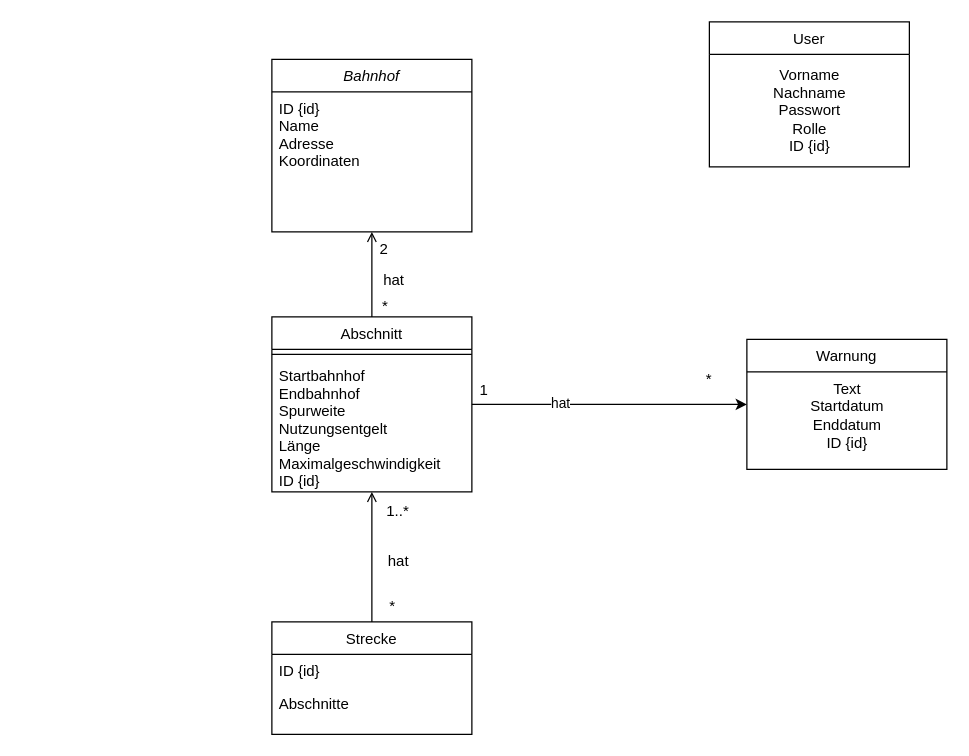
Before: page "Strecke" (1 of 5) of UML-Diagram Gruppe 1.drawio in sarahmayrhofer/train_app, a draw.io diagram. Source tidied: cells renumbered, new cells numbered last; positions are measured from the earlier drawing's top-left corner, leaving out a move shared by most shapes. Both pictures are drawn from the tidied source at 125%, with x=0, y=0 at pixel (271, 21).
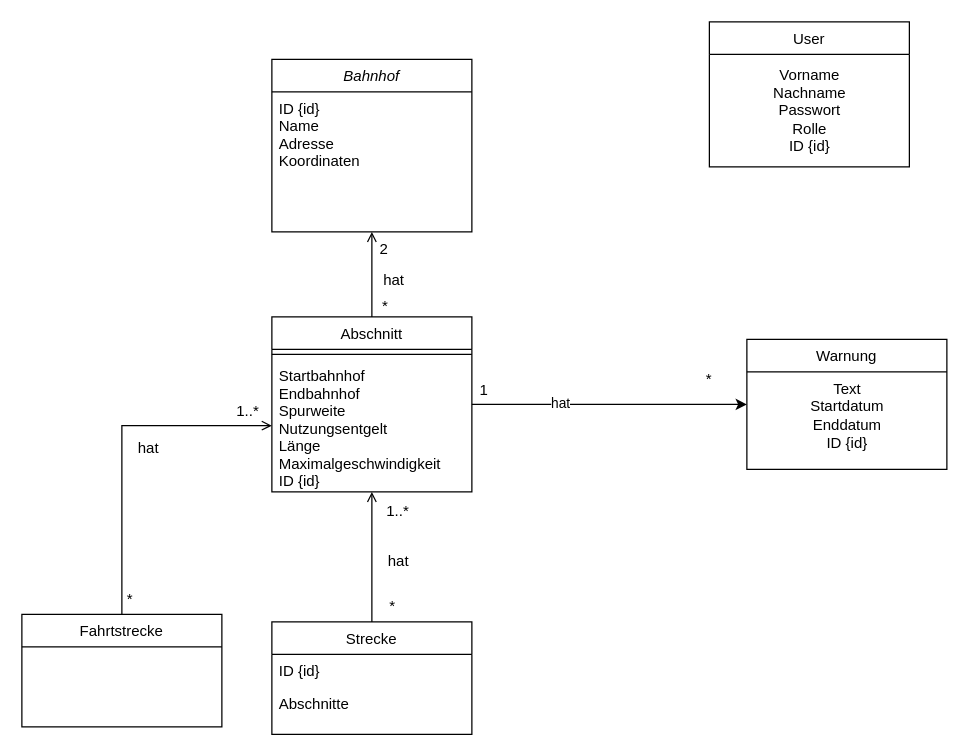
The same diagram, later.

The change refers to these unchanged cells:
```xml
<mxCell id="8" value="Startbahnhof&#10;Endbahnhof&#10;Spurweite&#10;Nutzungsentgelt&#10;Länge&#10;Maximalgeschwindigkeit&#10;ID {id}" style="text;align=left;verticalAlign=top;spacingLeft=4;spacingRight=4;overflow=hidden;points=[[0,0.5],[1,0.5]];portConstraint=eastwest;" parent="6" vertex="1">
  <mxGeometry y="34" width="160" height="106" as="geometry" />
</mxCell>
```

What changed in the source:
```diff
@@
+    <mxCell id="26" value="Fahrtstrecke" style="swimlane;fontStyle=0;align=center;verticalAlign=top;horizontal=1;startSize=26;rounded=0;shadow=0;strokeWidth=1;" parent="1" vertex="1">
+      <mxGeometry x="-200" y="474" width="160" height="90" as="geometry" />
+    </mxCell>
+    <mxCell id="27" style="endArrow=open;shadow=0;strokeWidth=1;rounded=0;endFill=1;edgeStyle=elbowEdgeStyle;elbow=vertical;exitX=0.5;exitY=0;exitDx=0;exitDy=0;entryX=0;entryY=0.5;entryDx=0;entryDy=0;" parent="1" edge="1" source="26" target="8">
+      <mxGeometry x="0.5" y="41" relative="1" as="geometry">
+        <Array as="points">
+          <mxPoint x="-40" y="323" />
+        </Array>
+        <mxPoint x="-40" y="32" as="offset" />
+      </mxGeometry>
+    </mxCell>
+    <mxCell id="28" value="1..*" style="align=left;verticalAlign=bottom;labelBackgroundColor=none;fontSize=12;" parent="27" vertex="1">
+      <mxGeometry x="-1" relative="1" as="geometry">
+        <mxPoint x="90" y="-154" as="offset" />
+      </mxGeometry>
+    </mxCell>
+    <mxCell id="29" value="*" style="align=right;verticalAlign=bottom;labelBackgroundColor=none;fontSize=12;" parent="27" vertex="1">
+      <mxGeometry x="1" relative="1" as="geometry">
+        <mxPoint x="-110" y="147" as="offset" />
+      </mxGeometry>
+    </mxCell>
+    <mxCell id="30" value="hat" style="text;html=1;align=center;verticalAlign=middle;labelBackgroundColor=none;rounded=0;shadow=0;strokeWidth=1;fontSize=12;" parent="27" vertex="1">
+      <mxGeometry x="0.5" y="49" relative="1" as="geometry">
+        <mxPoint x="-32" y="66" as="offset" />
+      </mxGeometry>
+    </mxCell>
```
